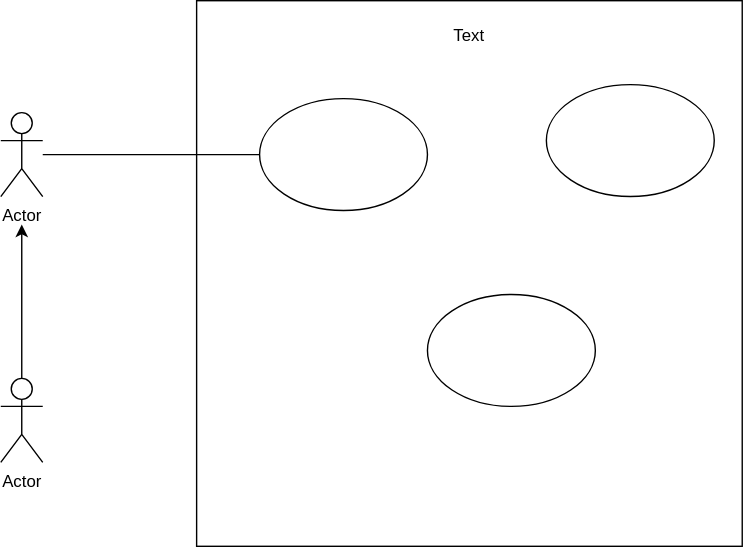
Earlier version of the draw.io export Untitled Diagram.drawio.svg (Simamkele88/IFM3_GP). Source tidied: cells renumbered, new cells last; positions are measured from the earlier drawing's top-left corner, leaving out a move shared by most shapes. The source it was exported from:
```xml
<mxGraphModel>
  <root>
    <mxCell id="0" />
    <mxCell id="1" parent="0" />
    <mxCell id="2" style="whiteSpace=wrap;html=1;" parent="1" vertex="1">
      <mxGeometry x="140" width="390" height="390" as="geometry" />
    </mxCell>
    <mxCell id="3" style="ellipse;whiteSpace=wrap;html=1;" parent="1" vertex="1">
      <mxGeometry x="390" y="60" width="120" height="80" as="geometry" />
    </mxCell>
    <mxCell id="4" value="Text" style="text;html=1;align=center;verticalAlign=middle;whiteSpace=wrap;rounded=0;" parent="1" vertex="1">
      <mxGeometry x="305" y="10" width="60" height="30" as="geometry" />
    </mxCell>
    <mxCell id="5" style="ellipse;whiteSpace=wrap;html=1;" parent="1" vertex="1">
      <mxGeometry x="185" y="70" width="120" height="80" as="geometry" />
    </mxCell>
    <mxCell id="6" style="ellipse;whiteSpace=wrap;html=1;" parent="1" vertex="1">
      <mxGeometry x="305" y="210" width="120" height="80" as="geometry" />
    </mxCell>
    <mxCell id="7" value="Actor" style="shape=umlActor;verticalLabelPosition=bottom;verticalAlign=top;html=1;outlineConnect=0;" parent="1" vertex="1">
      <mxGeometry y="80" width="30" height="60" as="geometry" />
    </mxCell>
    <mxCell id="8" value="Actor" style="shape=umlActor;verticalLabelPosition=bottom;verticalAlign=top;html=1;outlineConnect=0;" parent="1" vertex="1">
      <mxGeometry y="270" width="30" height="60" as="geometry" />
    </mxCell>
    <mxCell id="9" style="endArrow=none;html=1;rounded=0;entryX=0;entryY=0.5;entryDx=0;entryDy=0;" parent="1" edge="1" source="7" target="5">
      <mxGeometry relative="1" as="geometry" />
    </mxCell>
    <mxCell id="10" style="endArrow=classic;html=1;rounded=0;exitX=0.5;exitY=0;exitDx=0;exitDy=0;exitPerimeter=0;" parent="1" edge="1" source="8">
      <mxGeometry relative="1" as="geometry">
        <mxPoint x="15" y="160" as="targetPoint" />
      </mxGeometry>
    </mxCell>
  </root>
</mxGraphModel>
```
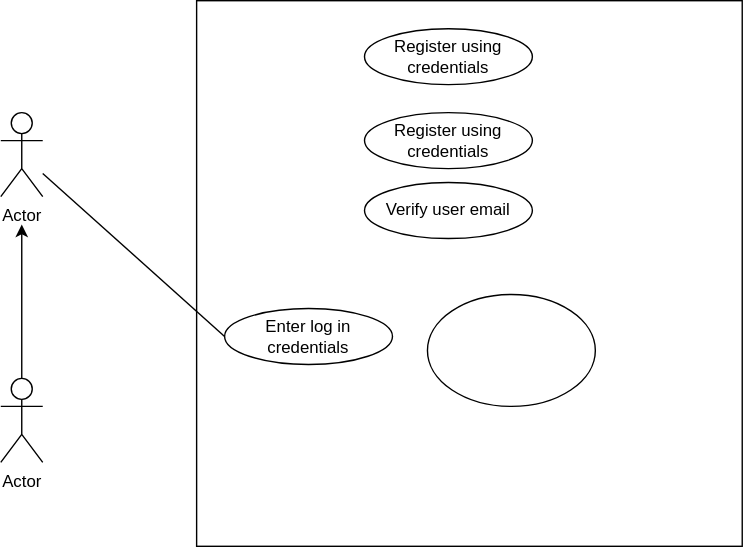
After the commit.

What changed in the source:
```diff
@@ -5,14 +5,11 @@
     <mxCell id="2" style="whiteSpace=wrap;html=1;" parent="1" vertex="1">
       <mxGeometry x="140" width="390" height="390" as="geometry" />
     </mxCell>
-    <mxCell id="3" style="ellipse;whiteSpace=wrap;html=1;" parent="1" vertex="1">
-      <mxGeometry x="390" y="60" width="120" height="80" as="geometry" />
+    <mxCell id="3" value="Verify user email" style="ellipse;whiteSpace=wrap;html=1;" parent="1" vertex="1">
+      <mxGeometry x="260" y="130" width="120" height="40" as="geometry" />
     </mxCell>
-    <mxCell id="4" value="Text" style="text;html=1;align=center;verticalAlign=middle;whiteSpace=wrap;rounded=0;" parent="1" vertex="1">
-      <mxGeometry x="305" y="10" width="60" height="30" as="geometry" />
-    </mxCell>
-    <mxCell id="5" style="ellipse;whiteSpace=wrap;html=1;" parent="1" vertex="1">
-      <mxGeometry x="185" y="70" width="120" height="80" as="geometry" />
+    <mxCell id="5" value="Enter log in credentials" style="ellipse;whiteSpace=wrap;html=1;" parent="1" vertex="1">
+      <mxGeometry x="160" y="220" width="120" height="40" as="geometry" />
     </mxCell>
     <mxCell id="6" style="ellipse;whiteSpace=wrap;html=1;" parent="1" vertex="1">
       <mxGeometry x="305" y="210" width="120" height="80" as="geometry" />
@@ -31,5 +28,11 @@
         <mxPoint x="15" y="160" as="targetPoint" />
       </mxGeometry>
     </mxCell>
+    <mxCell id="11" value="Register using credentials" style="ellipse;whiteSpace=wrap;html=1;" parent="1" vertex="1">
+      <mxGeometry x="260" y="20" width="120" height="40" as="geometry" />
+    </mxCell>
+    <mxCell id="12" value="Register using credentials" style="ellipse;whiteSpace=wrap;html=1;" parent="1" vertex="1">
+      <mxGeometry x="260" y="80" width="120" height="40" as="geometry" />
+    </mxCell>
   </root>
 </mxGraphModel>
```
